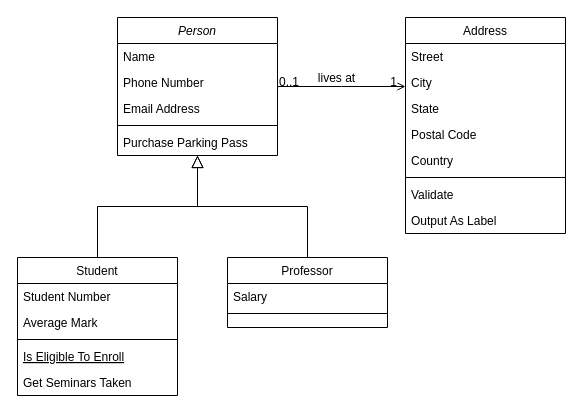
This is Untitled Diagram.drawio from KyriosArk/mars, a draw.io file, before an edit. Source tidied: cells renumbered, new cells numbered last; positions are measured from the earlier drawing's top-left corner, leaving out a move shared by most shapes. Both pictures are drawn from the tidied source at 100%, with x=0, y=0 at pixel (17, 17).
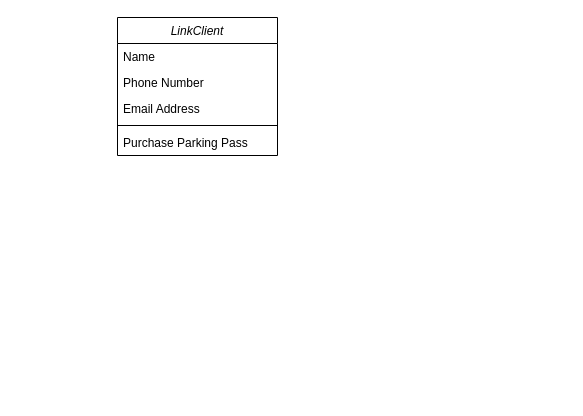
Above is the later version.

The edit, as a diff of the source:
```diff
@@
-    <mxCell id="2" value="Person" style="swimlane;fontStyle=2;align=center;verticalAlign=top;horizontal=1;startSize=26;rounded=0;shadow=0;strokeWidth=1;" parent="1" vertex="1">
+    <mxCell id="2" value="LinkClient" style="swimlane;fontStyle=2;align=center;verticalAlign=top;horizontal=1;startSize=26;rounded=0;shadow=0;strokeWidth=1;" parent="1" vertex="1">
       <mxGeometry x="100" width="160" height="138" as="geometry" />
     </mxCell>
@@
-    <mxCell id="8" value="Student" style="swimlane;fontStyle=0;align=center;verticalAlign=top;horizontal=1;startSize=26;rounded=0;shadow=0;strokeWidth=1;" parent="1" vertex="1">
-      <mxGeometry y="240" width="160" height="138" as="geometry" />
-    </mxCell>
-    <mxCell id="9" value="Student Number" style="text;align=left;verticalAlign=top;spacingLeft=4;spacingRight=4;overflow=hidden;" parent="8" vertex="1">
-      <mxGeometry y="26" width="160" height="26" as="geometry" />
-    </mxCell>
-    <mxCell id="10" value="Average Mark" style="text;align=left;verticalAlign=top;spacingLeft=4;spacingRight=4;overflow=hidden;rounded=0;shadow=0;html=0;" parent="8" vertex="1">
-      <mxGeometry y="52" width="160" height="26" as="geometry" />
-    </mxCell>
-    <mxCell id="11" style="line;html=1;strokeWidth=1;align=left;verticalAlign=middle;spacingTop=-1;spacingLeft=3;spacingRight=3;labelPosition=right;" parent="8" vertex="1">
-      <mxGeometry y="78" width="160" height="8" as="geometry" />
-    </mxCell>
-    <mxCell id="12" value="Is Eligible To Enroll" style="text;align=left;verticalAlign=top;spacingLeft=4;spacingRight=4;overflow=hidden;fontStyle=4;" parent="8" vertex="1">
-      <mxGeometry y="86" width="160" height="26" as="geometry" />
-    </mxCell>
-    <mxCell id="13" value="Get Seminars Taken" style="text;align=left;verticalAlign=top;spacingLeft=4;spacingRight=4;overflow=hidden;" parent="8" vertex="1">
-      <mxGeometry y="112" width="160" height="26" as="geometry" />
-    </mxCell>
-    <mxCell id="14" style="endArrow=block;endSize=10;endFill=0;shadow=0;strokeWidth=1;rounded=0;edgeStyle=elbowEdgeStyle;elbow=vertical;" parent="1" edge="1" source="8" target="2">
-      <mxGeometry relative="1" as="geometry" />
-    </mxCell>
-    <mxCell id="15" value="Professor" style="swimlane;fontStyle=0;align=center;verticalAlign=top;horizontal=1;startSize=26;rounded=0;shadow=0;strokeWidth=1;" parent="1" vertex="1">
-      <mxGeometry x="210" y="240" width="160" height="70" as="geometry" />
-    </mxCell>
-    <mxCell id="16" value="Salary" style="text;align=left;verticalAlign=top;spacingLeft=4;spacingRight=4;overflow=hidden;" parent="15" vertex="1">
-      <mxGeometry y="26" width="160" height="26" as="geometry" />
-    </mxCell>
-    <mxCell id="17" style="line;html=1;strokeWidth=1;align=left;verticalAlign=middle;spacingTop=-1;spacingLeft=3;spacingRight=3;labelPosition=right;" parent="15" vertex="1">
-      <mxGeometry y="52" width="160" height="8" as="geometry" />
-    </mxCell>
-    <mxCell id="18" style="endArrow=block;endSize=10;endFill=0;shadow=0;strokeWidth=1;rounded=0;edgeStyle=elbowEdgeStyle;elbow=vertical;" parent="1" edge="1" source="15" target="2">
-      <mxGeometry relative="1" as="geometry" />
-    </mxCell>
-    <mxCell id="19" value="Address" style="swimlane;fontStyle=0;align=center;verticalAlign=top;horizontal=1;startSize=26;rounded=0;shadow=0;strokeWidth=1;" parent="1" vertex="1">
-      <mxGeometry x="388" width="160" height="216" as="geometry" />
-    </mxCell>
-    <mxCell id="20" value="Street" style="text;align=left;verticalAlign=top;spacingLeft=4;spacingRight=4;overflow=hidden;" parent="19" vertex="1">
-      <mxGeometry y="26" width="160" height="26" as="geometry" />
-    </mxCell>
-    <mxCell id="21" value="City" style="text;align=left;verticalAlign=top;spacingLeft=4;spacingRight=4;overflow=hidden;rounded=0;shadow=0;html=0;" parent="19" vertex="1">
-      <mxGeometry y="52" width="160" height="26" as="geometry" />
-    </mxCell>
-    <mxCell id="22" value="State" style="text;align=left;verticalAlign=top;spacingLeft=4;spacingRight=4;overflow=hidden;rounded=0;shadow=0;html=0;" parent="19" vertex="1">
-      <mxGeometry y="78" width="160" height="26" as="geometry" />
-    </mxCell>
-    <mxCell id="23" value="Postal Code" style="text;align=left;verticalAlign=top;spacingLeft=4;spacingRight=4;overflow=hidden;rounded=0;shadow=0;html=0;" parent="19" vertex="1">
-      <mxGeometry y="104" width="160" height="26" as="geometry" />
-    </mxCell>
-    <mxCell id="24" value="Country" style="text;align=left;verticalAlign=top;spacingLeft=4;spacingRight=4;overflow=hidden;rounded=0;shadow=0;html=0;" parent="19" vertex="1">
-      <mxGeometry y="130" width="160" height="26" as="geometry" />
-    </mxCell>
-    <mxCell id="25" style="line;html=1;strokeWidth=1;align=left;verticalAlign=middle;spacingTop=-1;spacingLeft=3;spacingRight=3;labelPosition=right;" parent="19" vertex="1">
-      <mxGeometry y="156" width="160" height="8" as="geometry" />
-    </mxCell>
-    <mxCell id="26" value="Validate" style="text;align=left;verticalAlign=top;spacingLeft=4;spacingRight=4;overflow=hidden;" parent="19" vertex="1">
-      <mxGeometry y="164" width="160" height="26" as="geometry" />
-    </mxCell>
-    <mxCell id="27" value="Output As Label" style="text;align=left;verticalAlign=top;spacingLeft=4;spacingRight=4;overflow=hidden;" parent="19" vertex="1">
-      <mxGeometry y="190" width="160" height="26" as="geometry" />
-    </mxCell>
-    <mxCell id="28" style="endArrow=open;shadow=0;strokeWidth=1;rounded=0;endFill=1;edgeStyle=elbowEdgeStyle;elbow=vertical;" parent="1" edge="1" source="2" target="19">
-      <mxGeometry x="0.5" y="41" relative="1" as="geometry">
-        <mxPoint x="-40" y="32" as="offset" />
-      </mxGeometry>
-    </mxCell>
-    <mxCell id="29" value="0..1" style="align=left;verticalAlign=bottom;labelBackgroundColor=none;fontSize=12;" parent="28" vertex="1">
-      <mxGeometry x="-1" relative="1" as="geometry">
-        <mxPoint y="4" as="offset" />
-      </mxGeometry>
-    </mxCell>
-    <mxCell id="30" value="1" style="align=right;verticalAlign=bottom;labelBackgroundColor=none;fontSize=12;" parent="28" vertex="1">
-      <mxGeometry x="1" relative="1" as="geometry">
-        <mxPoint x="-7" y="4" as="offset" />
-      </mxGeometry>
-    </mxCell>
-    <mxCell id="31" value="lives at" style="text;html=1;align=center;verticalAlign=middle;labelBackgroundColor=none;rounded=0;shadow=0;strokeWidth=1;fontSize=12;" parent="28" vertex="1">
-      <mxGeometry x="0.5" y="49" relative="1" as="geometry">
-        <mxPoint x="-38" y="40" as="offset" />
-      </mxGeometry>
-    </mxCell>
```
